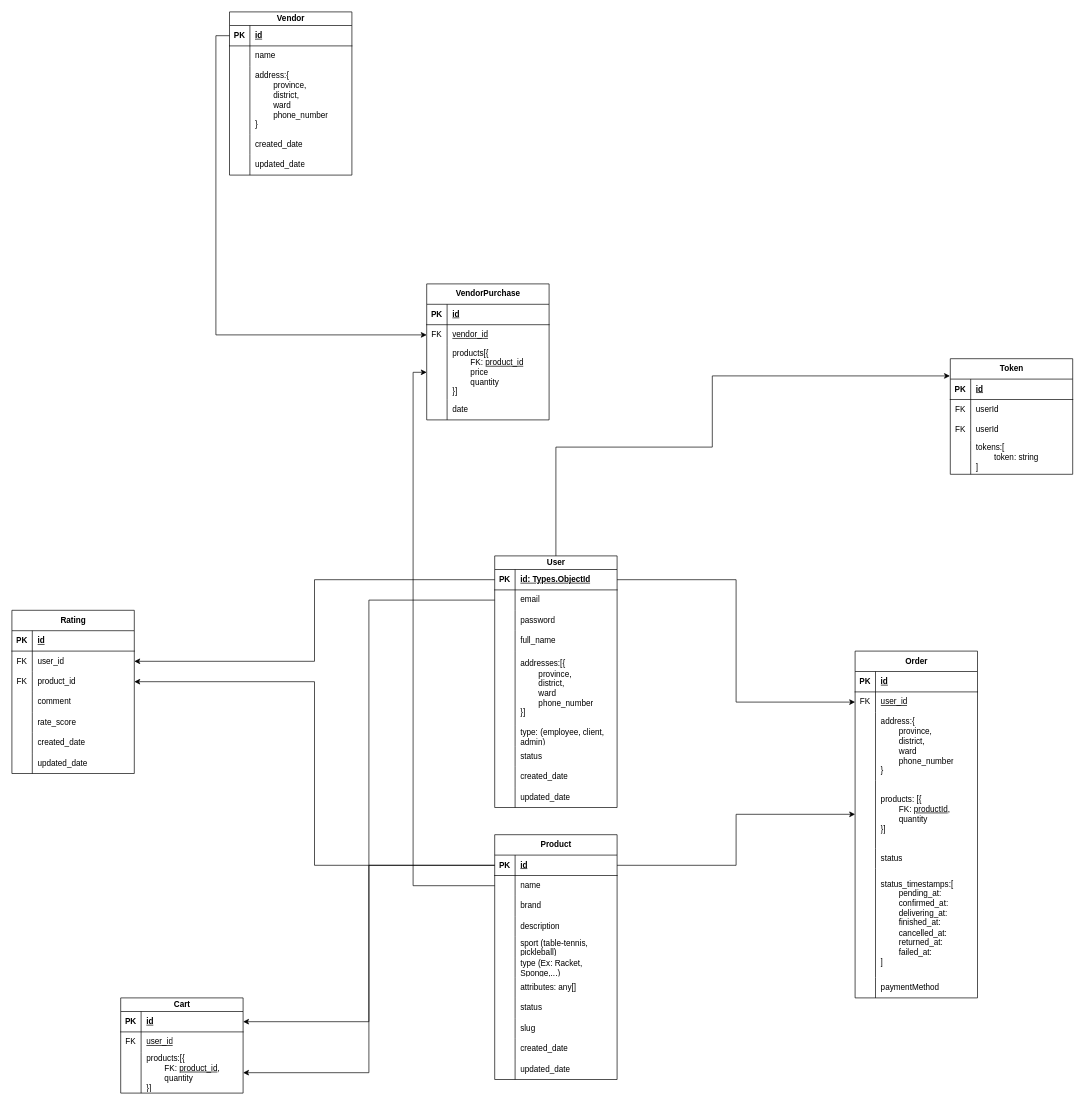
n0aHVN/TableTennisShop keeps this draw.io diagram as Document/ClassDiagram.drawio. Above is the earlier version. Source tidied: cells renumbered, new cells numbered last; positions are measured from the earlier drawing's top-left corner, leaving out a move shared by most shapes. Both pictures are drawn from the tidied source at 68%, with x=0, y=0 at pixel (12, 12).
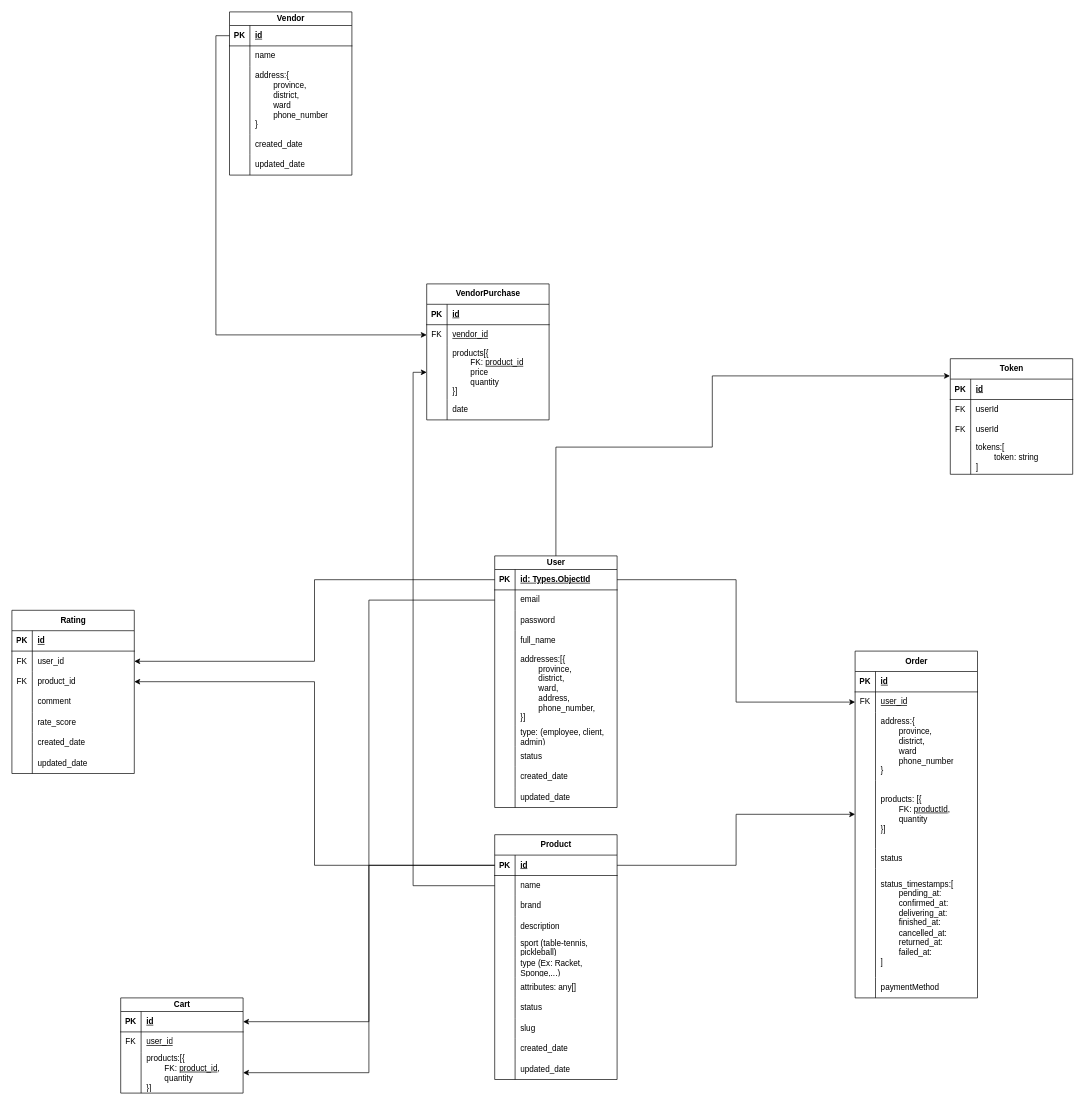
After the change.

Unchanged cells that the change refers to:
```xml
<mxCell id="101" style="shape=tableRow;horizontal=0;startSize=0;swimlaneHead=0;swimlaneBody=0;fillColor=none;top=0;left=0;right=0;bottom=0;" parent="88" vertex="1">
  <mxGeometry y="140" width="180" height="110" as="geometry" />
</mxCell>
```

What changed in the source:
```diff
@@
-    <mxCell id="103" value="addresses:[{&lt;div&gt;&lt;span style=&quot;white-space: pre;&quot;&gt;&#9;&lt;/span&gt;province,&lt;/div&gt;&lt;div&gt;&lt;span style=&quot;white-space: pre;&quot;&gt;&#9;&lt;/span&gt;district,&lt;/div&gt;&lt;div&gt;&lt;span style=&quot;white-space: pre;&quot;&gt;&#9;&lt;/span&gt;ward&lt;/div&gt;&lt;div&gt;&lt;span style=&quot;white-space: pre;&quot;&gt;&#9;&lt;/span&gt;phone_number&lt;br&gt;&lt;/div&gt;&lt;div&gt;}]&lt;/div&gt;" style="shape=partialRectangle;fillColor=none;top=0;left=0;bottom=0;right=0;align=left;spacingLeft=6;overflow=hidden;whiteSpace=wrap;html=1;" parent="101" vertex="1">
+    <mxCell id="103" value="addresses:[{&lt;div&gt;&lt;span style=&quot;white-space: pre;&quot;&gt;&#9;&lt;/span&gt;province,&lt;/div&gt;&lt;div&gt;&lt;span style=&quot;white-space: pre;&quot;&gt;&#9;&lt;/span&gt;district,&lt;/div&gt;&lt;div&gt;&lt;span style=&quot;white-space: pre;&quot;&gt;&#9;&lt;/span&gt;ward,&lt;/div&gt;&lt;div&gt;&lt;span style=&quot;white-space: pre;&quot;&gt;&#9;&lt;/span&gt;address,&lt;br&gt;&lt;/div&gt;&lt;div&gt;&lt;span style=&quot;white-space: pre;&quot;&gt;&#9;&lt;/span&gt;phone_number,&lt;/div&gt;&lt;div&gt;}]&lt;/div&gt;" style="shape=partialRectangle;fillColor=none;top=0;left=0;bottom=0;right=0;align=left;spacingLeft=6;overflow=hidden;whiteSpace=wrap;html=1;" parent="101" vertex="1">
       <mxGeometry x="30" width="150" height="110" as="geometry" />
     </mxCell>
```
